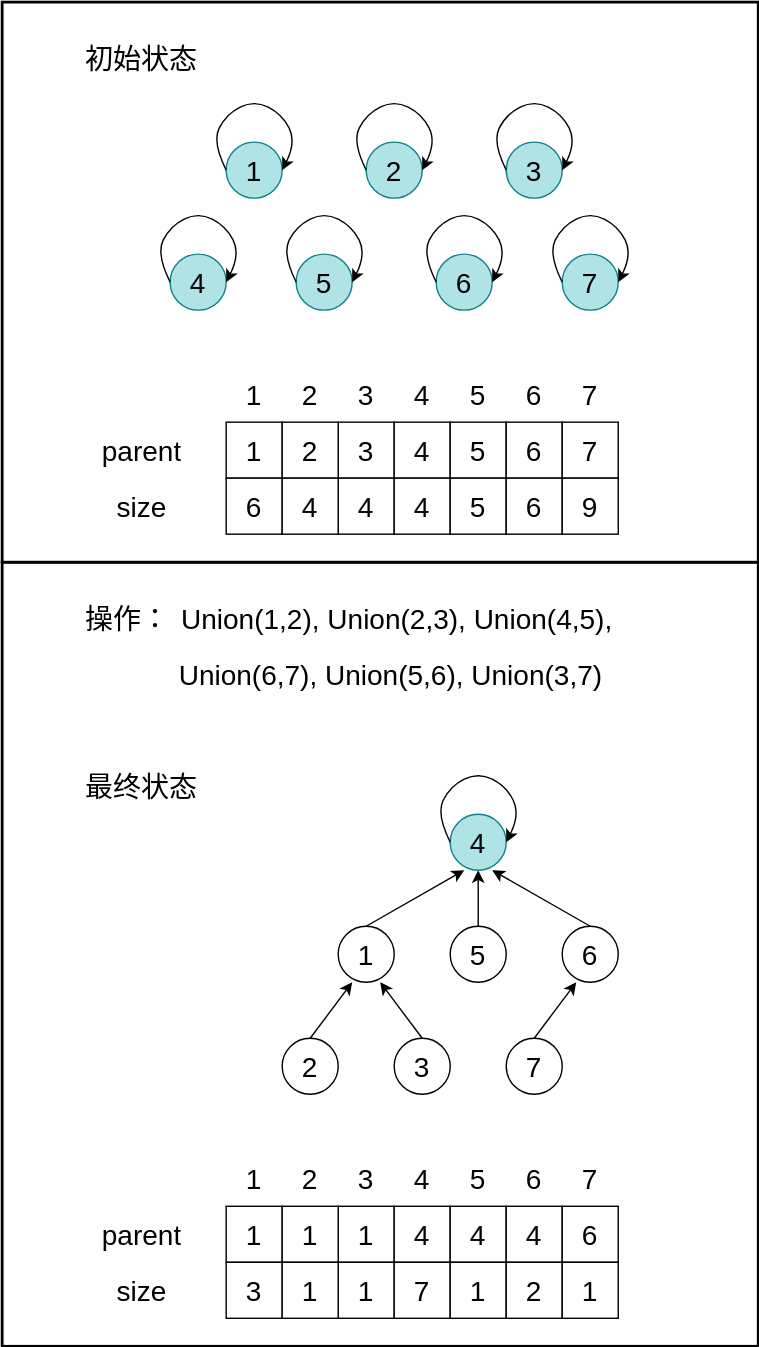
This is Algorithms/img/DisjointSet2.svg from TBD2021/Salt-and-Computer-Science, a draw.io export, as it was before one commit. Source tidied: cells renumbered, new cells last; positions are measured from the earlier drawing's top-left corner, leaving out a move shared by most shapes.
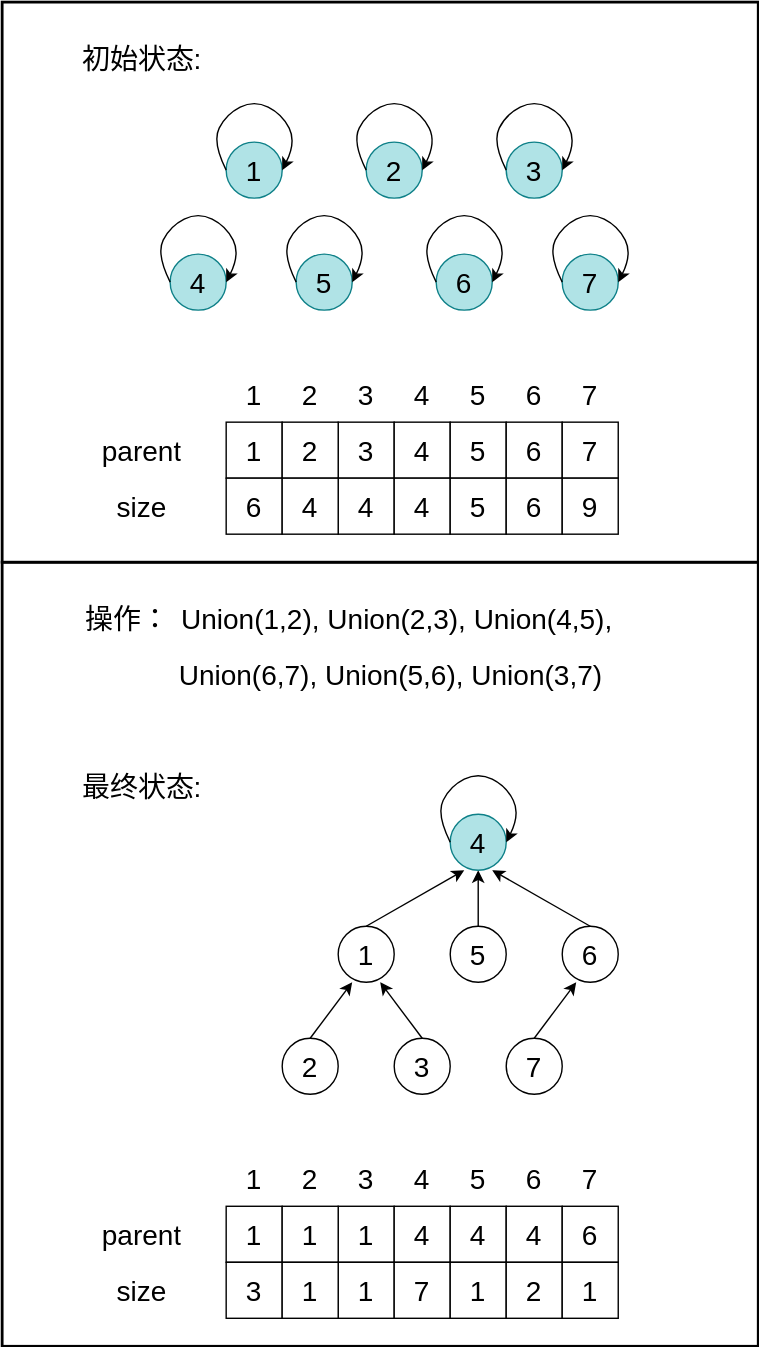
Above is the later version.

Diff of the diagram source:
```diff
@@ -104,7 +104,7 @@
         <mxGeometry x="40" y="300" width="120" height="40" as="geometry" />
       </mxCell>
     </object>
-    <object id="26" label="&lt;span style=&quot;font-size: 20px;&quot;&gt;初始状态&lt;/span&gt;" name="Variable" placeholders="1">
+    <object id="26" label="&lt;span style=&quot;font-size: 20px;&quot;&gt;初始状态:&lt;/span&gt;" name="Variable" placeholders="1">
       <mxCell style="text;html=1;strokeColor=none;fillColor=none;align=center;verticalAlign=middle;whiteSpace=wrap;overflow=hidden;" parent="1" vertex="1">
         <mxGeometry x="40" y="20" width="120" height="40" as="geometry" />
       </mxCell>
@@ -185,7 +185,7 @@
         <mxGeometry x="70" y="460" width="410" height="40" as="geometry" />
       </mxCell>
     </object>
-    <object id="45" label="&lt;span style=&quot;font-size: 20px;&quot;&gt;最终状态&lt;/span&gt;" name="Variable" placeholders="1">
+    <object id="45" label="&lt;span style=&quot;font-size: 20px;&quot;&gt;最终状态:&lt;/span&gt;" name="Variable" placeholders="1">
       <mxCell style="text;html=1;strokeColor=none;fillColor=none;align=center;verticalAlign=middle;whiteSpace=wrap;overflow=hidden;" parent="1" vertex="1">
         <mxGeometry x="40" y="540" width="120" height="40" as="geometry" />
       </mxCell>
```
